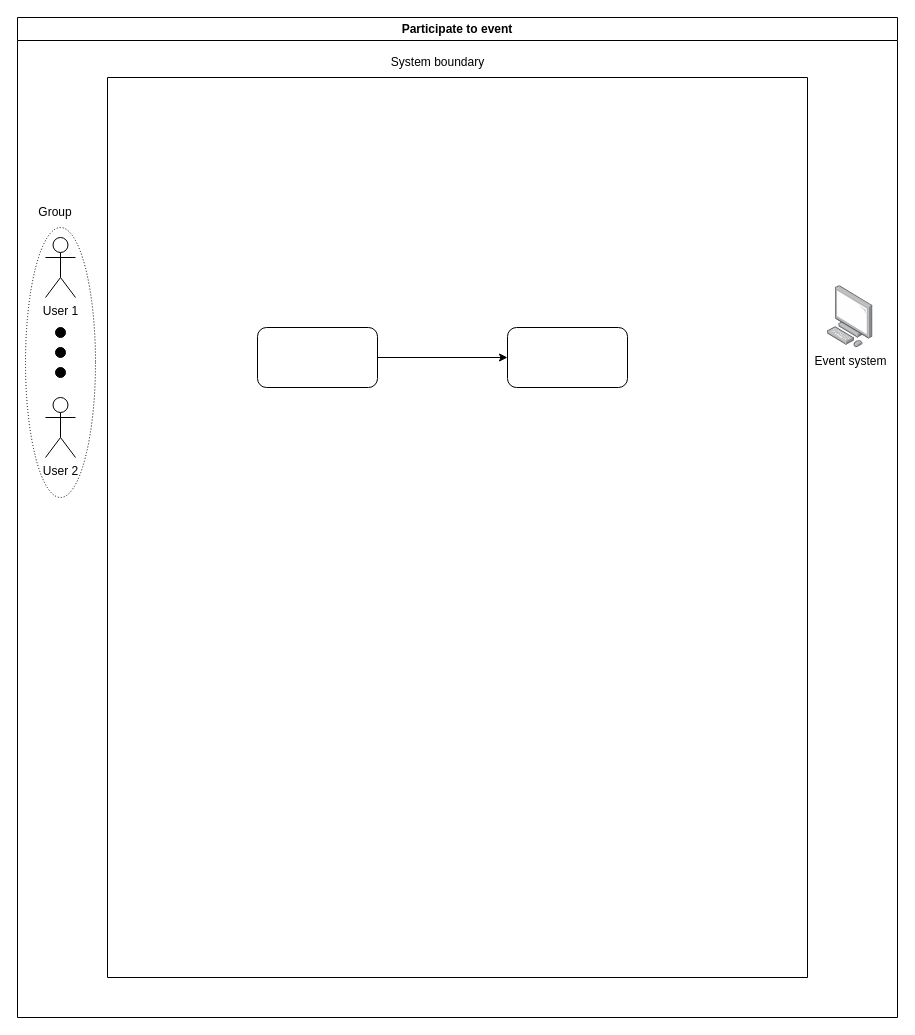
Before: project/UML-usecase.drawio in josura/HCI, a draw.io diagram. Source tidied: cells renumbered, new cells numbered last; positions are measured from the earlier drawing's top-left corner, leaving out a move shared by most shapes. Both pictures are drawn from the tidied source at 100%, with x=0, y=0 at pixel (17, 17).
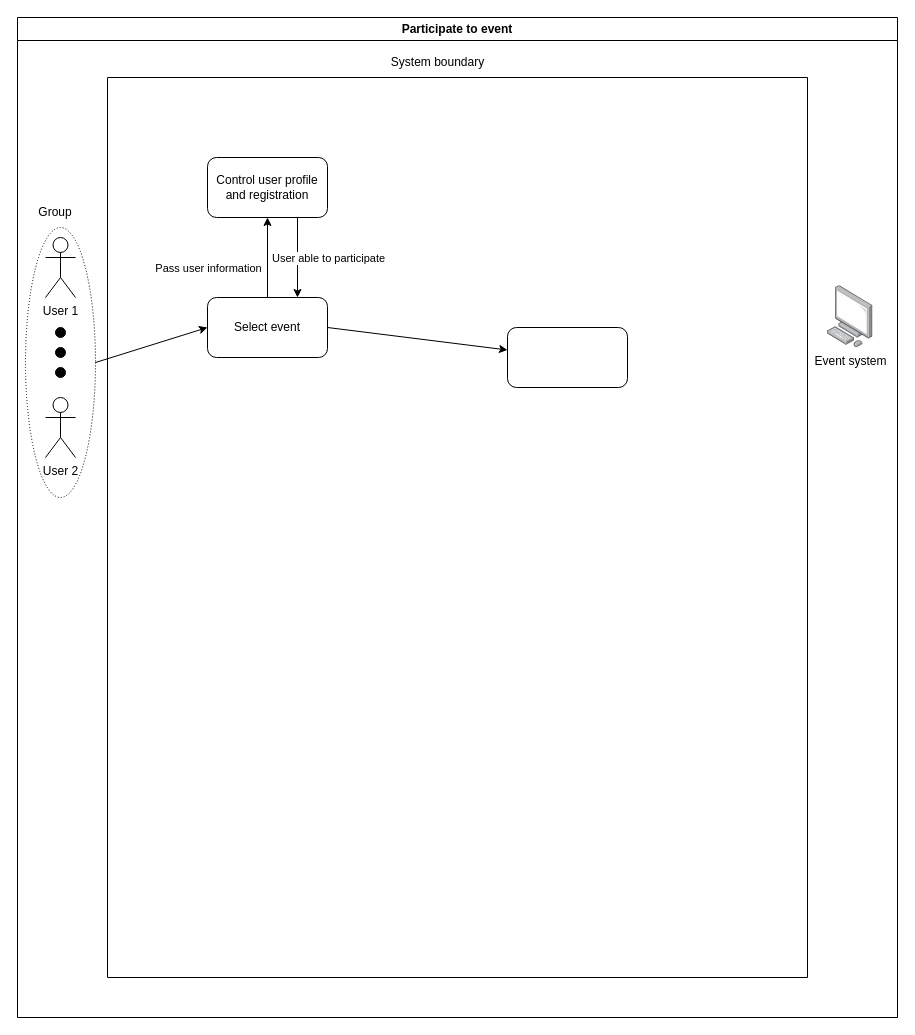
After the change.

Unchanged cells that the change refers to:
```xml
<mxCell id="2" value="Participate to event" style="swimlane;whiteSpace=wrap;html=1;" parent="1" vertex="1">
  <mxGeometry width="880" height="1000" as="geometry" />
</mxCell>
<mxCell id="12" style="swimlane;startSize=0;" parent="1" vertex="1">
  <mxGeometry x="90" y="60" width="700" height="900" as="geometry" />
</mxCell>
<mxCell id="15" style="rounded=1;whiteSpace=wrap;html=1;" parent="12" vertex="1">
  <mxGeometry x="400" y="250" width="120" height="60" as="geometry" />
</mxCell>
```

The edit, as a diff of the source:
```diff
@@
+    <mxCell id="6" style="ellipse;whiteSpace=wrap;html=1;fillColor=none;dashed=1;dashPattern=1 2;" parent="2" vertex="1">
+      <mxGeometry x="8" y="210" width="70" height="270" as="geometry" />
+    </mxCell>
@@
-    <mxCell id="6" style="ellipse;whiteSpace=wrap;html=1;fillColor=none;dashed=1;dashPattern=1 2;" parent="2" vertex="1">
-      <mxGeometry x="8" y="210" width="70" height="270" as="geometry" />
-    </mxCell>
@@
-    <mxCell id="13" style="edgeStyle=orthogonalEdgeStyle;rounded=0;jettySize=auto;html=1;exitX=1;exitY=0.5;exitDx=0;exitDy=0;" parent="12" edge="1" source="14" target="15">
+    <mxCell id="13" style="rounded=0;jettySize=auto;html=1;exitX=1;exitY=0.5;exitDx=0;exitDy=0;" parent="12" edge="1" source="14" target="15">
       <mxGeometry relative="1" as="geometry" />
     </mxCell>
+    <mxCell id="16" style="edgeStyle=none;rounded=0;jettySize=auto;html=1;" parent="12" edge="1" source="14" target="21">
+      <mxGeometry relative="1" as="geometry" />
+    </mxCell>
+    <mxCell id="17" value="Pass user information" style="edgeLabel;html=1;align=center;verticalAlign=middle;" parent="16" vertex="1">
+      <mxGeometry x="0.42" y="1" relative="1" as="geometry">
+        <mxPoint x="-59" y="27" as="offset" />
+      </mxGeometry>
+    </mxCell>
-    <mxCell id="14" style="rounded=1;whiteSpace=wrap;html=1;" parent="12" vertex="1">
-      <mxGeometry x="150" y="250" width="120" height="60" as="geometry" />
+    <mxCell id="14" value="Select event" style="rounded=1;whiteSpace=wrap;html=1;" parent="12" vertex="1">
+      <mxGeometry x="100" y="220" width="120" height="60" as="geometry" />
     </mxCell>
@@
+    <mxCell id="18" style="edgeStyle=none;rounded=0;orthogonalLoop=1;jettySize=auto;html=1;exitX=0.5;exitY=0;exitDx=0;exitDy=0;" parent="12" edge="1" source="14" target="14">
+      <mxGeometry relative="1" as="geometry" />
+    </mxCell>
+    <mxCell id="19" style="edgeStyle=none;rounded=0;jettySize=auto;html=1;exitX=0.75;exitY=1;exitDx=0;exitDy=0;entryX=0.75;entryY=0;entryDx=0;entryDy=0;" parent="12" edge="1" source="21" target="14">
+      <mxGeometry relative="1" as="geometry" />
+    </mxCell>
+    <mxCell id="20" value="User able to participate" style="edgeLabel;html=1;align=center;verticalAlign=middle;" parent="19" vertex="1">
+      <mxGeometry x="0.32" y="1" relative="1" as="geometry">
+        <mxPoint x="29" y="-13" as="offset" />
+      </mxGeometry>
+    </mxCell>
+    <mxCell id="21" value="Control user profile&lt;br&gt;and registration" style="rounded=1;whiteSpace=wrap;html=1;" parent="12" vertex="1">
+      <mxGeometry x="100" y="80" width="120" height="60" as="geometry" />
+    </mxCell>
+    <mxCell id="22" style="rounded=0;jettySize=auto;html=1;exitX=1;exitY=0.5;exitDx=0;exitDy=0;entryX=0;entryY=0.5;entryDx=0;entryDy=0;" parent="1" edge="1" source="6" target="14">
+      <mxGeometry relative="1" as="geometry" />
+    </mxCell>
```
